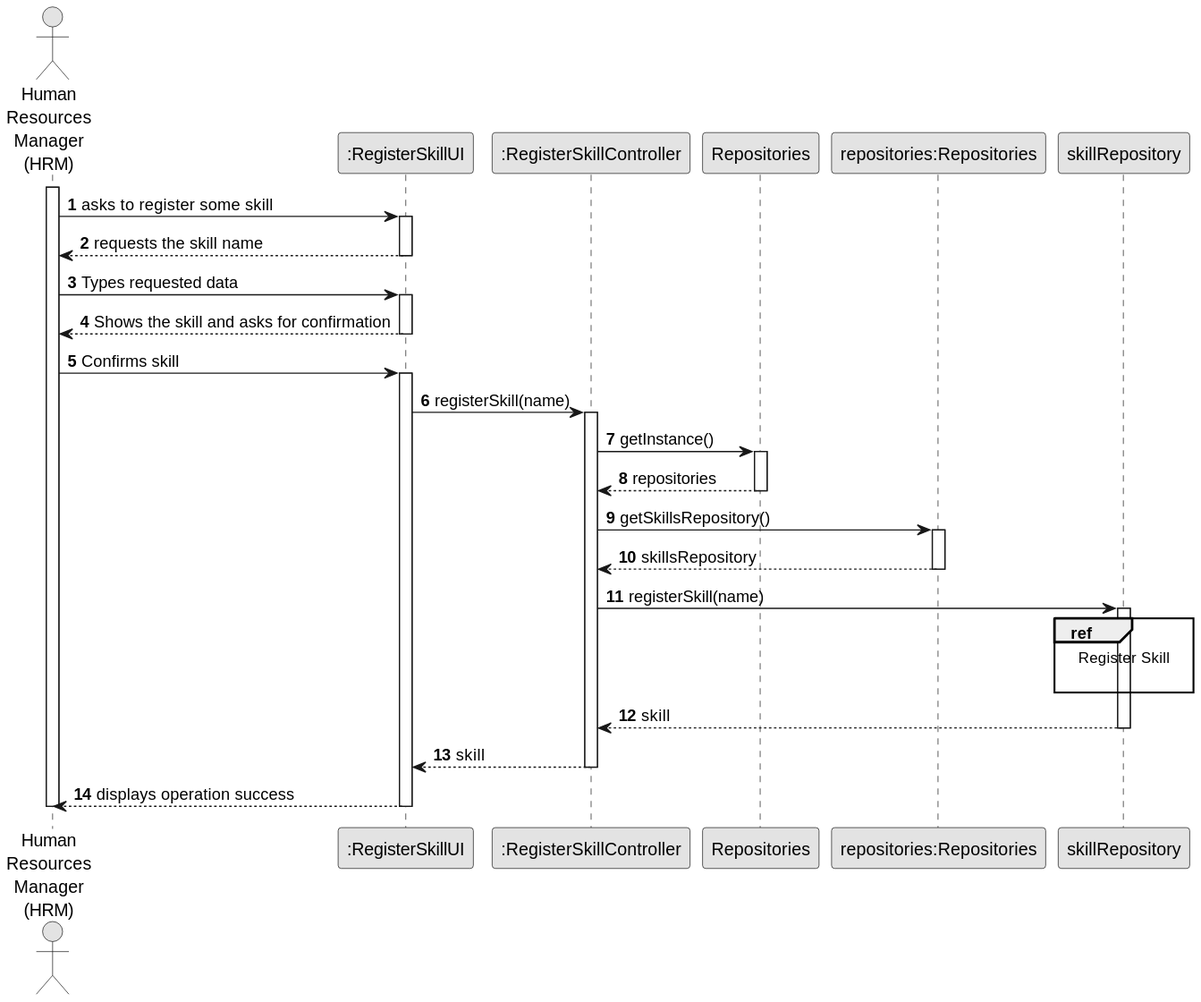
Earlier version of the PlantUML export docs/sprintB/us001/03.design/svg/us001-sequence-diagram-split.svg (diogoveirospro/lei-24-s2-1dg-g072).
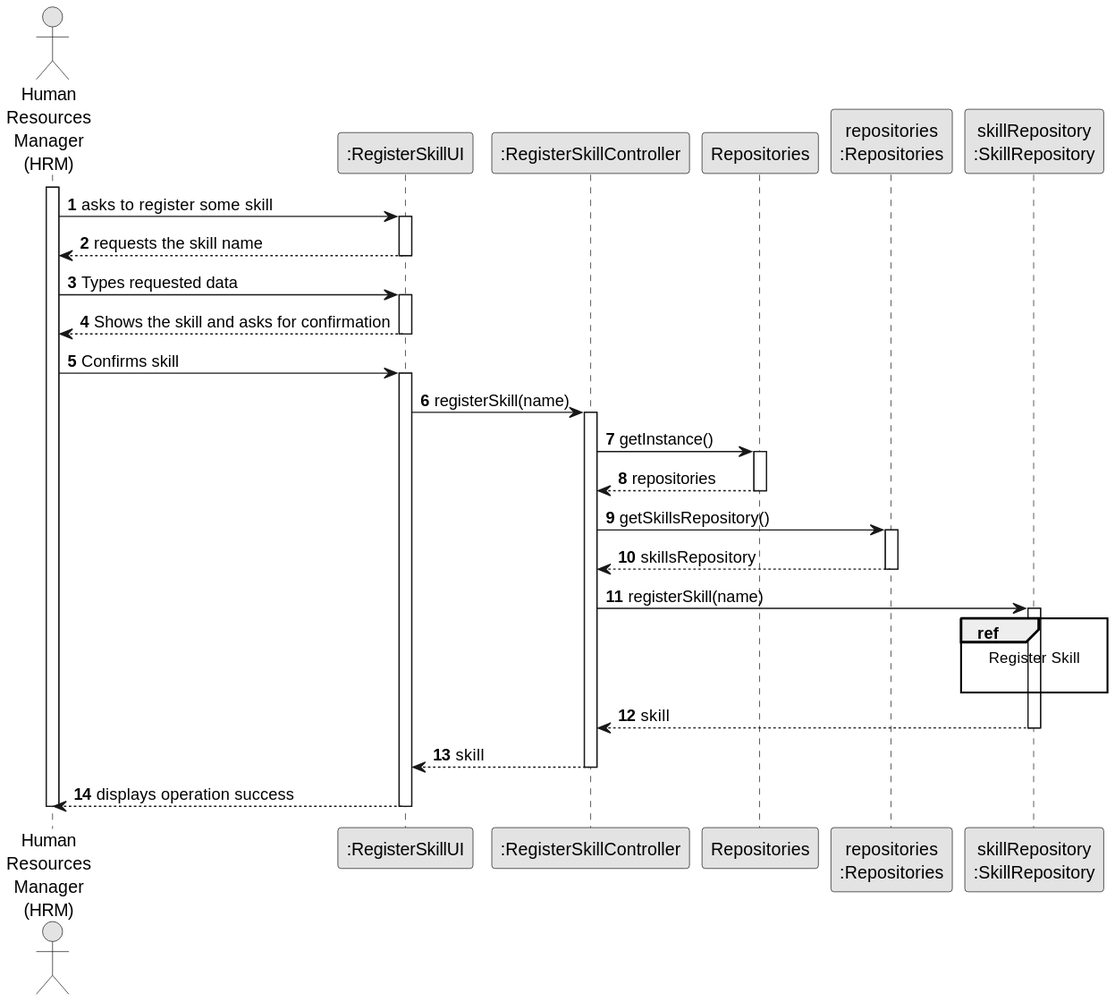
After the commit.

What changed in the source:
```diff
@@ -9,8 +9,8 @@
 participant ":RegisterSkillUI" as UI
 participant ":RegisterSkillController" as CTRL
 participant Repositories
-participant "repositories:Repositories" as REP
-participant "skillRepository" as SREP
+participant "repositories\n:Repositories" as REP
+participant "skillRepository\n:SkillRepository" as SREP
 
 activate HRM
 
```
